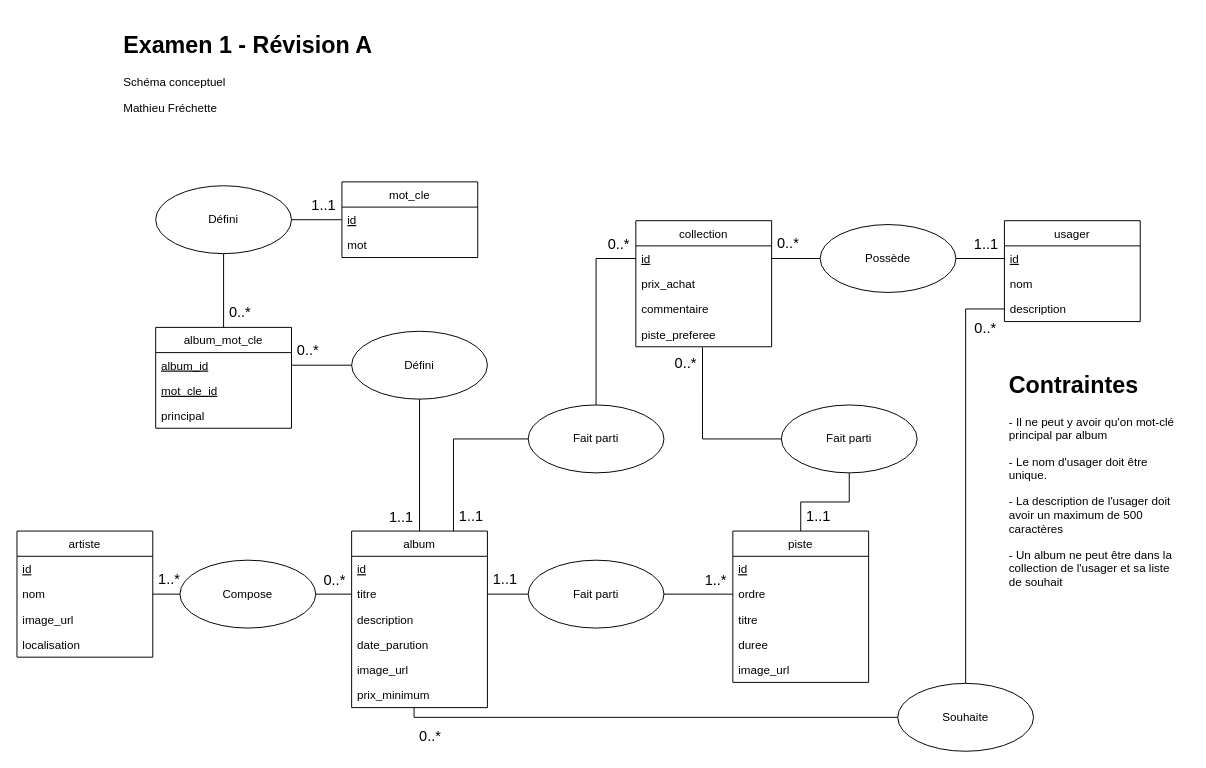
This is ressources/examen01_revision_a.drawio from Base-de-donnee-2/Base-de-donnee-2.github.io, a draw.io file, before an edit. Source tidied: cells renumbered, new cells numbered last; positions are measured from the earlier drawing's top-left corner, leaving out a move shared by most shapes. Both pictures are drawn from the tidied source at 97%, with x=0, y=0 at pixel (16, 26).
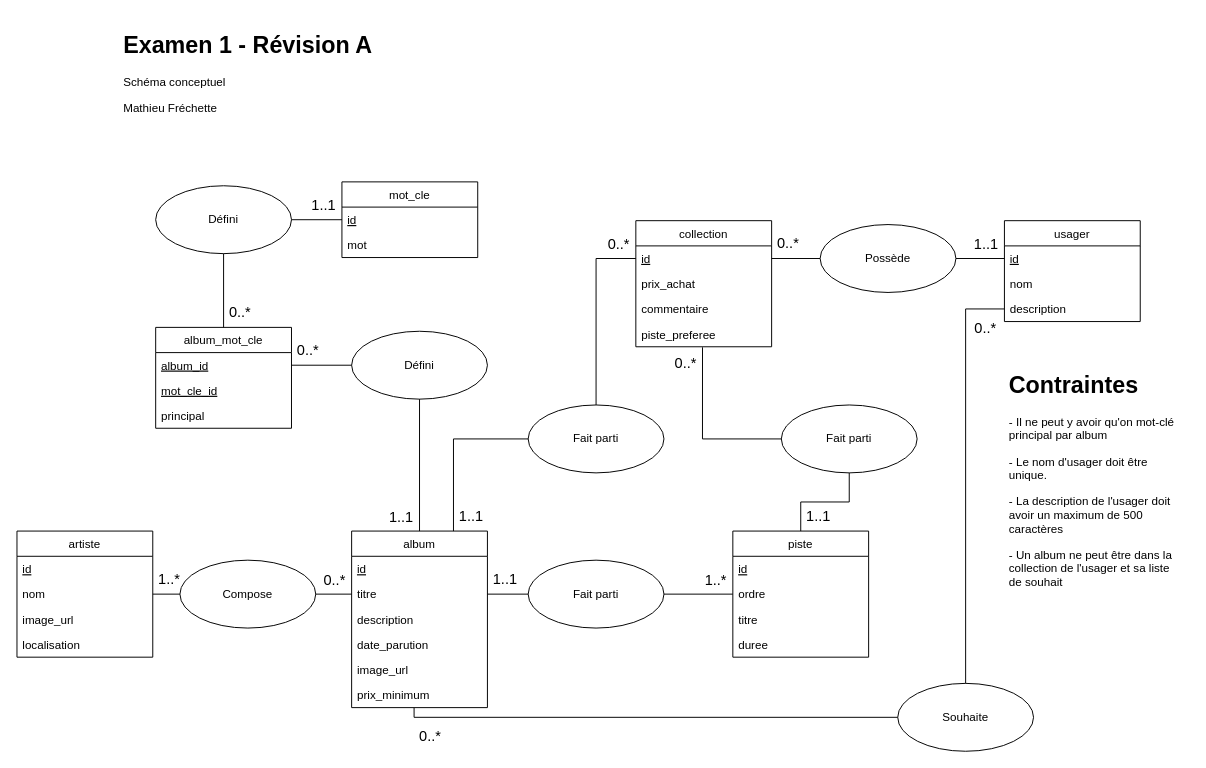
The same page after the edit.

Change to the diagram source:
```diff
@@
     <mxCell id="14" value="piste" style="swimlane;fontStyle=0;horizontal=1;startSize=26;fillColor=none;" parent="1" vertex="1">
-      <mxGeometry x="738" y="520" width="140" height="156" as="geometry" />
+      <mxGeometry x="738" y="520" width="140" height="130" as="geometry" />
     </mxCell>
@@
-    <mxCell id="19" value="image_url" style="text;strokeColor=none;fillColor=none;align=left;verticalAlign=top;spacingLeft=4;spacingRight=4;overflow=hidden;" parent="14" vertex="1">
-      <mxGeometry y="130" width="140" height="26" as="geometry" />
-    </mxCell>
```
